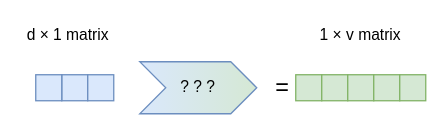
This is book/images/no-math/output-projection-unknown.drawio from yshavit/llm-notes, a draw.io file, before an edit. Source tidied: cells renumbered, new cells numbered last; positions are measured from the earlier drawing's top-left corner, leaving out a move shared by most shapes. Both pictures are drawn from the tidied source at 130%, with x=0, y=0 at pixel (22, 22).
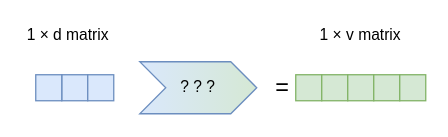
After the change.

Change to the diagram source:
```diff
@@
 <mxGraphModel>
   <root>
     <mxCell id="0" />
     <mxCell id="1" parent="0" />
     <mxCell id="2" style="rounded=0;whiteSpace=wrap;html=1;fillColor=#dae8fc;strokeColor=#6c8ebf;" parent="1" vertex="1">
       <mxGeometry x="30" y="40" width="20" height="20" as="geometry" />
     </mxCell>
     <mxCell id="3" style="rounded=0;whiteSpace=wrap;html=1;fillColor=#dae8fc;strokeColor=#6c8ebf;" parent="1" vertex="1">
       <mxGeometry x="10" y="40" width="20" height="20" as="geometry" />
     </mxCell>
     <mxCell id="4" style="rounded=0;whiteSpace=wrap;html=1;fillColor=#dae8fc;strokeColor=#6c8ebf;" parent="1" vertex="1">
       <mxGeometry x="50" y="40" width="20" height="20" as="geometry" />
     </mxCell>
     <mxCell id="5" style="rounded=0;whiteSpace=wrap;html=1;fillColor=#d5e8d4;strokeColor=#82b366;" parent="1" vertex="1">
       <mxGeometry x="210" y="40" width="20" height="20" as="geometry" />
     </mxCell>
     <mxCell id="6" style="rounded=0;whiteSpace=wrap;html=1;fillColor=#d5e8d4;strokeColor=#82b366;" parent="1" vertex="1">
       <mxGeometry x="230" y="40" width="20" height="20" as="geometry" />
     </mxCell>
     <mxCell id="7" style="rounded=0;whiteSpace=wrap;html=1;fillColor=#d5e8d4;strokeColor=#82b366;" parent="1" vertex="1">
       <mxGeometry x="250" y="40" width="20" height="20" as="geometry" />
     </mxCell>
     <mxCell id="8" style="rounded=0;whiteSpace=wrap;html=1;fillColor=#d5e8d4;strokeColor=#82b366;" parent="1" vertex="1">
       <mxGeometry x="270" y="40" width="20" height="20" as="geometry" />
     </mxCell>
     <mxCell id="9" style="rounded=0;whiteSpace=wrap;html=1;fillColor=#d5e8d4;strokeColor=#82b366;" parent="1" vertex="1">
       <mxGeometry x="290" y="40" width="20" height="20" as="geometry" />
     </mxCell>
-    <mxCell id="10" value="d × 1 matrix" style="text;html=1;whiteSpace=wrap;strokeColor=none;fillColor=none;align=center;verticalAlign=middle;rounded=0;" parent="1" vertex="1">
+    <mxCell id="10" value="1 × d matrix" style="text;html=1;whiteSpace=wrap;strokeColor=none;fillColor=none;align=center;verticalAlign=middle;rounded=0;" parent="1" vertex="1">
       <mxGeometry width="70" height="20" as="geometry" />
     </mxCell>
     <mxCell id="11" value="1 × v matrix" style="text;html=1;whiteSpace=wrap;strokeColor=none;fillColor=none;align=center;verticalAlign=middle;rounded=0;" parent="1" vertex="1">
       <mxGeometry x="225" width="70" height="20" as="geometry" />
     </mxCell>
     <mxCell id="12" value="=" style="text;html=1;whiteSpace=wrap;strokeColor=none;fillColor=none;align=center;verticalAlign=middle;rounded=0;fontSize=18;" parent="1" vertex="1">
       <mxGeometry x="190" y="40" width="20" height="20" as="geometry" />
     </mxCell>
     <mxCell id="13" value="? ? ?" style="shape=step;perimeter=stepPerimeter;whiteSpace=wrap;html=1;shapeInside=1;fixedSize=1;fillColor=#dae8fc;strokeColor=#6c8ebf;gradientColor=#D5E8D4;gradientDirection=east;" parent="1" vertex="1">
       <mxGeometry x="90" y="30" width="90" height="40" as="geometry" />
     </mxCell>
   </root>
 </mxGraphModel>
```
